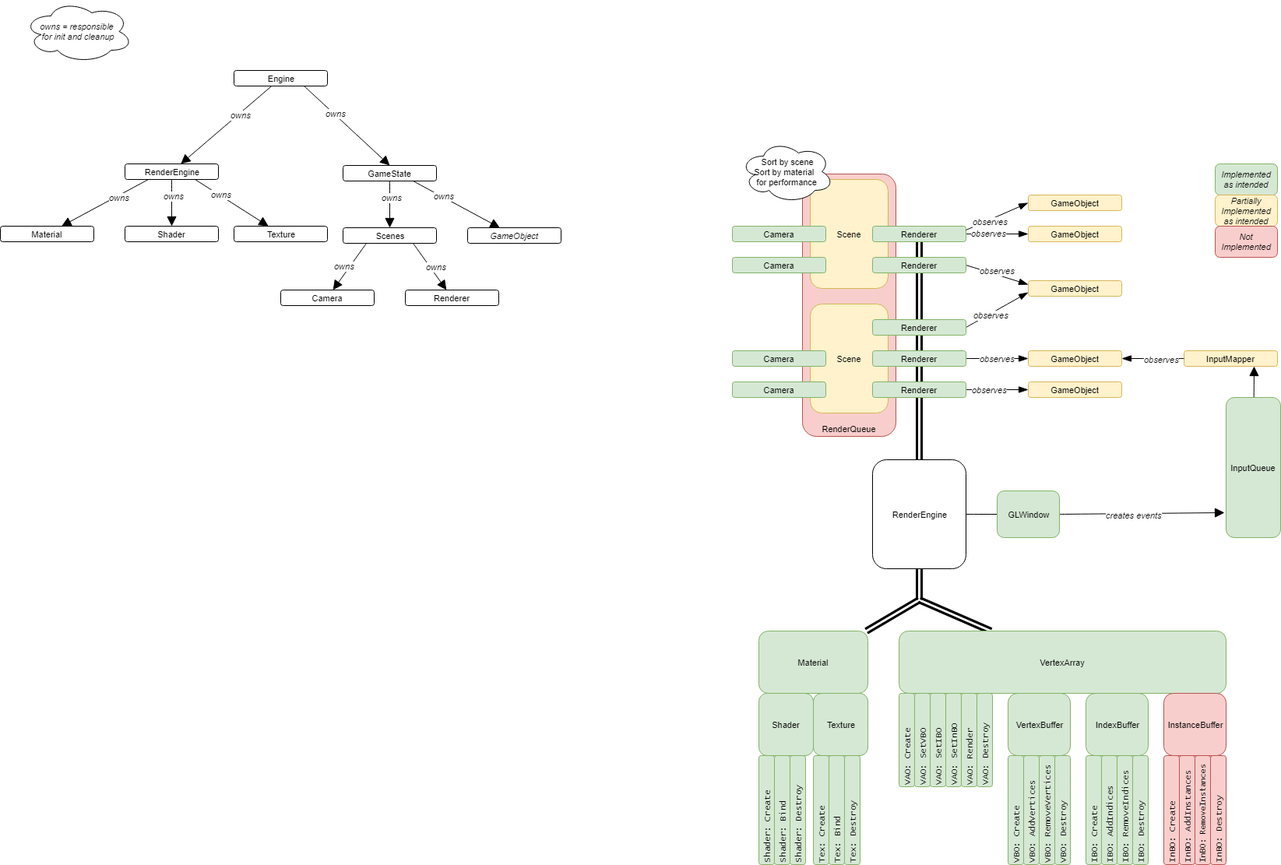
This is Engine Architecture.png from n4n0lix/kerosene, a draw.io export, as it was before one commit. Source tidied: cells renumbered, new cells last; positions are measured from the earlier drawing's top-left corner, leaving out a move shared by most shapes.
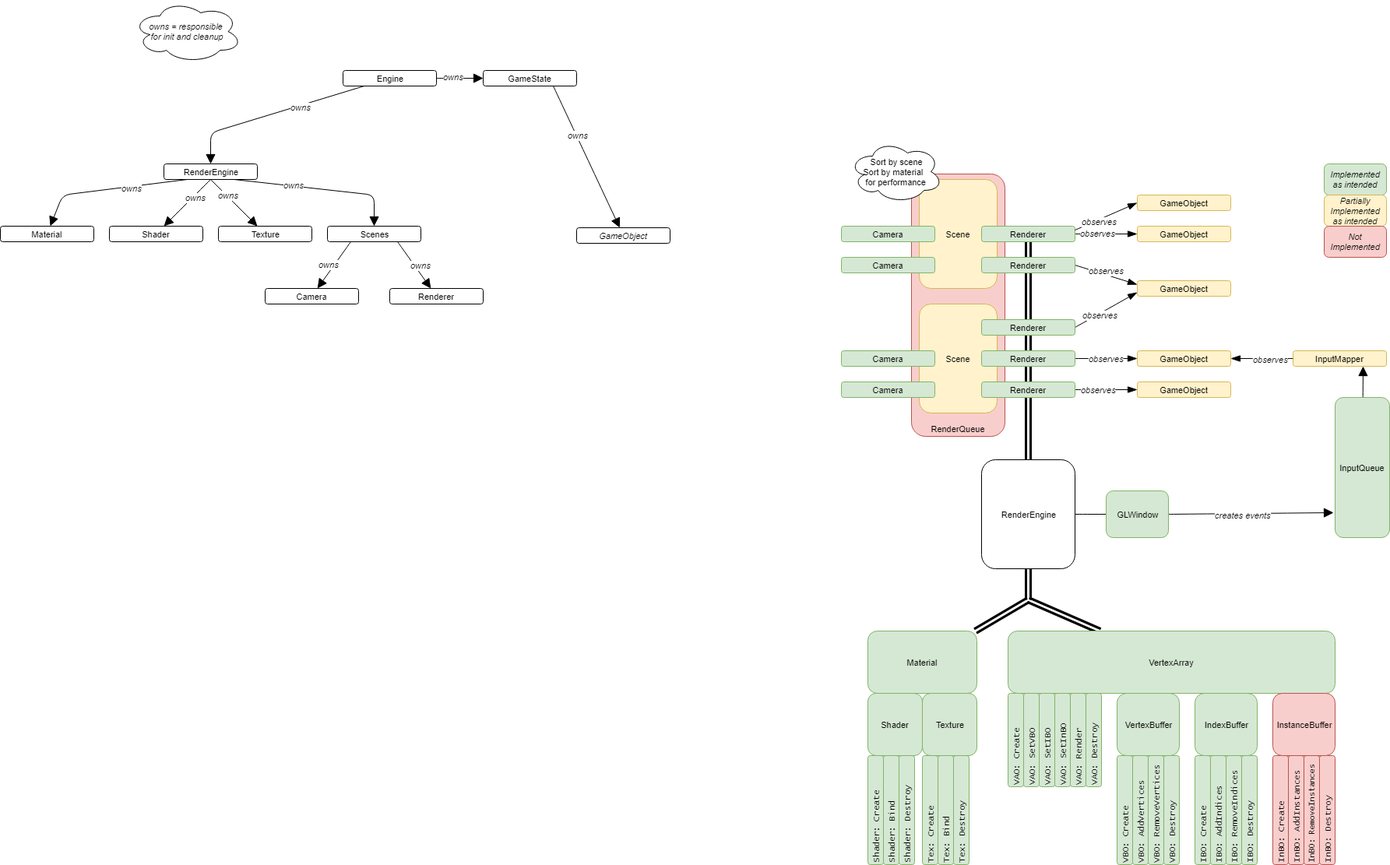
The same file after the commit.

The edit, as a diff of the source:
```diff
@@ -257,14 +257,18 @@
     <mxCell id="81" value="Not Implemented" style="rounded=1;whiteSpace=wrap;html=1;strokeColor=#b85450;fillColor=#f8cecc;fontFamily=Helvetica;fontSize=11;fontColor=#000000;align=center;fontStyle=2;" parent="1" vertex="1">
       <mxGeometry x="1560" y="290" width="80" height="40" as="geometry" />
     </mxCell>
-    <mxCell id="82" style="edgeStyle=none;curved=1;jumpSize=6;html=1;entryX=0.5;entryY=0;startArrow=none;startFill=0;endArrow=block;endFill=1;endSize=10;jettySize=auto;strokeColor=#000000;strokeWidth=1;fontFamily=Helvetica;fontSize=11;fontColor=#000000;" parent="1" edge="1" source="84" target="87">
-      <mxGeometry relative="1" as="geometry" />
+    <mxCell id="82" style="edgeStyle=none;jumpSize=6;html=1;entryX=0.5;entryY=0;startArrow=none;startFill=0;endArrow=block;endFill=1;endSize=10;jettySize=auto;strokeColor=#000000;strokeWidth=1;fontFamily=Helvetica;fontSize=11;fontColor=#000000;exitX=0.75;exitY=1;rounded=1;" parent="1" edge="1" source="94" target="87">
+      <mxGeometry relative="1" as="geometry">
+        <Array as="points">
+          <mxPoint x="340" y="250" />
+        </Array>
+      </mxGeometry>
     </mxCell>
     <mxCell id="83" value="&lt;i&gt;owns&lt;/i&gt;" style="text;html=1;align=center;verticalAlign=middle;labelBackgroundColor=#ffffff;fontSize=11;fontFamily=Helvetica;fontColor=#000000;" parent="82" vertex="1">
       <mxGeometry x="-0.3" y="2" relative="1" as="geometry" />
     </mxCell>
     <mxCell id="84" value="GameState" style="rounded=1;whiteSpace=wrap;html=1;strokeColor=#000000;fillColor=#ffffff;fontFamily=Helvetica;fontSize=11;fontColor=#000000;align=center;fontStyle=0;" parent="1" vertex="1">
-      <mxGeometry x="440" y="212" width="120" height="20" as="geometry" />
+      <mxGeometry x="480" y="90" width="120" height="20" as="geometry" />
     </mxCell>
     <mxCell id="85" style="edgeStyle=none;curved=1;jumpSize=6;html=1;exitX=0.75;exitY=1;startArrow=none;startFill=0;endArrow=block;endFill=1;endSize=10;jettySize=auto;strokeColor=#000000;strokeWidth=1;fontFamily=Helvetica;fontSize=11;fontColor=#000000;" parent="1" edge="1" source="87" target="88">
       <mxGeometry relative="1" as="geometry" />
@@ -275,10 +279,10 @@
       </mxGeometry>
     </mxCell>
     <mxCell id="87" value="Scenes" style="rounded=1;whiteSpace=wrap;html=1;strokeColor=#000000;fillColor=#ffffff;fontFamily=Helvetica;fontSize=11;fontColor=#000000;align=center;fontStyle=0;" parent="1" vertex="1">
-      <mxGeometry x="440" y="292" width="120" height="20" as="geometry" />
+      <mxGeometry x="280" y="290" width="120" height="20" as="geometry" />
     </mxCell>
     <mxCell id="88" value="Renderer" style="rounded=1;whiteSpace=wrap;html=1;strokeColor=#000000;fillColor=#ffffff;fontFamily=Helvetica;fontSize=11;fontColor=#000000;align=center;fontStyle=0;" parent="1" vertex="1">
-      <mxGeometry x="520" y="372" width="120" height="20" as="geometry" />
+      <mxGeometry x="360" y="370" width="120" height="20" as="geometry" />
     </mxCell>
     <mxCell id="89" value="&lt;span&gt;owns = responsible&amp;nbsp;&lt;/span&gt;&lt;div&gt;&lt;span&gt;for init and cleanup&lt;/span&gt;&lt;/div&gt;" style="ellipse;shape=cloud;whiteSpace=wrap;html=1;rounded=0;strokeColor=#000000;fillColor=#ffffff;fontFamily=Helvetica;fontSize=11;fontColor=#000000;align=center;fontStyle=2;" parent="1" vertex="1">
       <mxGeometry x="30" width="140" height="80" as="geometry" />
@@ -289,17 +293,21 @@
     <mxCell id="91" value="Engine" style="rounded=1;whiteSpace=wrap;html=1;strokeColor=#000000;fillColor=#ffffff;fontFamily=Helvetica;fontSize=11;fontColor=#000000;align=center;fontStyle=0;" parent="1" vertex="1">
       <mxGeometry x="300" y="90" width="120" height="20" as="geometry" />
     </mxCell>
-    <mxCell id="92" style="edgeStyle=none;curved=1;jumpSize=6;html=1;exitX=0.75;exitY=1;entryX=0.5;entryY=0;startArrow=none;startFill=0;endArrow=block;endFill=1;endSize=10;jettySize=auto;strokeColor=#000000;strokeWidth=1;fontFamily=Helvetica;fontSize=11;fontColor=#000000;" parent="1" edge="1" source="91" target="84">
+    <mxCell id="92" style="edgeStyle=none;curved=1;jumpSize=6;html=1;startArrow=none;startFill=0;endArrow=block;endFill=1;endSize=10;jettySize=auto;strokeColor=#000000;strokeWidth=1;fontFamily=Helvetica;fontSize=11;fontColor=#000000;" parent="1" edge="1" source="91" target="84">
       <mxGeometry relative="1" as="geometry" />
     </mxCell>
     <mxCell id="93" value="&lt;i&gt;owns&lt;/i&gt;" style="text;html=1;align=center;verticalAlign=middle;labelBackgroundColor=#ffffff;fontSize=11;fontFamily=Helvetica;fontColor=#000000;" parent="92" vertex="1">
       <mxGeometry x="-0.3" y="2" relative="1" as="geometry" />
     </mxCell>
     <mxCell id="94" value="RenderEngine" style="rounded=1;whiteSpace=wrap;html=1;strokeColor=#000000;fillColor=#ffffff;fontFamily=Helvetica;fontSize=11;fontColor=#000000;align=center;fontStyle=0;" parent="1" vertex="1">
-      <mxGeometry x="160" y="210" width="120" height="20" as="geometry" />
+      <mxGeometry x="70" y="210" width="120" height="20" as="geometry" />
     </mxCell>
-    <mxCell id="95" style="edgeStyle=none;curved=1;jumpSize=6;html=1;startArrow=none;startFill=0;endArrow=block;endFill=1;endSize=10;jettySize=auto;strokeColor=#000000;strokeWidth=1;fontFamily=Helvetica;fontSize=11;fontColor=#000000;" parent="1" edge="1" source="91" target="94">
-      <mxGeometry relative="1" as="geometry" />
+    <mxCell id="95" style="edgeStyle=none;jumpSize=6;html=1;startArrow=none;startFill=0;endArrow=block;endFill=1;endSize=10;jettySize=auto;strokeColor=#000000;strokeWidth=1;fontFamily=Helvetica;fontSize=11;fontColor=#000000;rounded=1;" parent="1" edge="1" source="91" target="94">
+      <mxGeometry relative="1" as="geometry">
+        <Array as="points">
+          <mxPoint x="130" y="170" />
+        </Array>
+      </mxGeometry>
     </mxCell>
     <mxCell id="96" value="&lt;i&gt;owns&lt;/i&gt;" style="text;html=1;align=center;verticalAlign=middle;labelBackgroundColor=#ffffff;fontSize=11;fontFamily=Helvetica;fontColor=#000000;" parent="95" vertex="1">
       <mxGeometry x="-0.3" y="2" relative="1" as="geometry" />
@@ -311,16 +319,20 @@
       <mxGeometry x="-0.3" y="2" relative="1" as="geometry" />
     </mxCell>
     <mxCell id="99" value="Texture" style="rounded=1;whiteSpace=wrap;html=1;strokeColor=#000000;fillColor=#ffffff;fontFamily=Helvetica;fontSize=11;fontColor=#000000;align=center;fontStyle=0;" parent="1" vertex="1">
-      <mxGeometry x="300" y="290" width="120" height="20" as="geometry" />
+      <mxGeometry x="140" y="290" width="120" height="20" as="geometry" />
     </mxCell>
     <mxCell id="100" value="Shader" style="rounded=1;whiteSpace=wrap;html=1;strokeColor=#000000;fillColor=#ffffff;fontFamily=Helvetica;fontSize=11;fontColor=#000000;align=center;fontStyle=0;" parent="1" vertex="1">
-      <mxGeometry x="160" y="290" width="120" height="20" as="geometry" />
+      <mxGeometry y="290" width="120" height="20" as="geometry" />
     </mxCell>
     <mxCell id="101" value="Material" style="rounded=1;whiteSpace=wrap;html=1;strokeColor=#000000;fillColor=#ffffff;fontFamily=Helvetica;fontSize=11;fontColor=#000000;align=center;fontStyle=0;" parent="1" vertex="1">
-      <mxGeometry y="290" width="120" height="20" as="geometry" />
+      <mxGeometry x="-140" y="290" width="120" height="20" as="geometry" />
     </mxCell>
-    <mxCell id="102" style="edgeStyle=none;curved=1;jumpSize=6;html=1;startArrow=none;startFill=0;endArrow=block;endFill=1;endSize=10;jettySize=auto;strokeColor=#000000;strokeWidth=1;fontFamily=Helvetica;fontSize=11;fontColor=#000000;exitX=0.25;exitY=1;" parent="1" edge="1" source="94" target="101">
-      <mxGeometry relative="1" as="geometry" />
+    <mxCell id="102" style="edgeStyle=none;jumpSize=6;html=1;startArrow=none;startFill=0;endArrow=block;endFill=1;endSize=10;jettySize=auto;strokeColor=#000000;strokeWidth=1;fontFamily=Helvetica;fontSize=11;fontColor=#000000;exitX=0.25;exitY=1;rounded=1;" parent="1" edge="1" source="94" target="101">
+      <mxGeometry relative="1" as="geometry">
+        <Array as="points">
+          <mxPoint x="-60" y="250" />
+        </Array>
+      </mxGeometry>
     </mxCell>
     <mxCell id="103" value="&lt;i&gt;owns&lt;/i&gt;" style="text;html=1;align=center;verticalAlign=middle;labelBackgroundColor=#ffffff;fontSize=11;fontFamily=Helvetica;fontColor=#000000;" parent="102" vertex="1">
       <mxGeometry x="-0.3" y="2" relative="1" as="geometry" />
@@ -331,14 +343,14 @@
     <mxCell id="105" value="&lt;i&gt;owns&lt;/i&gt;" style="text;html=1;align=center;verticalAlign=middle;labelBackgroundColor=#ffffff;fontSize=11;fontFamily=Helvetica;fontColor=#000000;" parent="104" vertex="1">
       <mxGeometry x="-0.3" y="2" relative="1" as="geometry" />
     </mxCell>
-    <mxCell id="106" style="edgeStyle=none;curved=1;jumpSize=6;html=1;startArrow=none;startFill=0;endArrow=block;endFill=1;endSize=10;jettySize=auto;strokeColor=#000000;strokeWidth=1;fontFamily=Helvetica;fontSize=11;fontColor=#000000;exitX=0.75;exitY=1;" parent="1" edge="1" source="94" target="99">
+    <mxCell id="106" style="edgeStyle=none;curved=1;jumpSize=6;html=1;startArrow=none;startFill=0;endArrow=block;endFill=1;endSize=10;jettySize=auto;strokeColor=#000000;strokeWidth=1;fontFamily=Helvetica;fontSize=11;fontColor=#000000;exitX=0.5;exitY=1;" parent="1" edge="1" source="94" target="99">
       <mxGeometry relative="1" as="geometry" />
     </mxCell>
     <mxCell id="107" value="&lt;i&gt;owns&lt;/i&gt;" style="text;html=1;align=center;verticalAlign=middle;labelBackgroundColor=#ffffff;fontSize=11;fontFamily=Helvetica;fontColor=#000000;" parent="106" vertex="1">
       <mxGeometry x="-0.3" y="2" relative="1" as="geometry" />
     </mxCell>
     <mxCell id="108" value="Camera" style="rounded=1;whiteSpace=wrap;html=1;strokeColor=#000000;fillColor=#ffffff;fontFamily=Helvetica;fontSize=11;fontColor=#000000;align=center;fontStyle=0;" parent="1" vertex="1">
-      <mxGeometry x="360" y="372" width="120" height="20" as="geometry" />
+      <mxGeometry x="200" y="370" width="120" height="20" as="geometry" />
     </mxCell>
     <mxCell id="109" style="edgeStyle=none;curved=1;jumpSize=6;html=1;exitX=0.25;exitY=1;startArrow=none;startFill=0;endArrow=block;endFill=1;endSize=10;jettySize=auto;strokeColor=#000000;strokeWidth=1;fontFamily=Helvetica;fontSize=11;fontColor=#000000;" parent="1" edge="1" source="87" target="108">
       <mxGeometry relative="1" as="geometry" />
```
